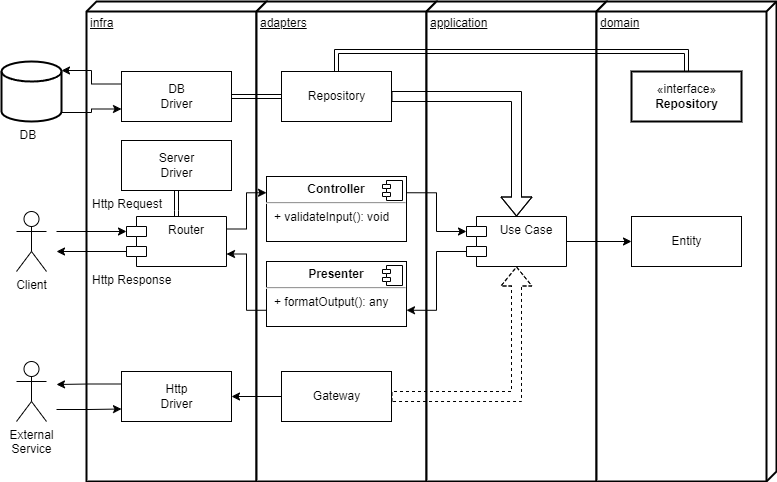
Above: docs/clean-arch.png in deaobruno/clean-arch-ts (draw.io), before the change. Source tidied: cells renumbered, new cells last; positions are measured from the earlier drawing's top-left corner, leaving out a move shared by most shapes.
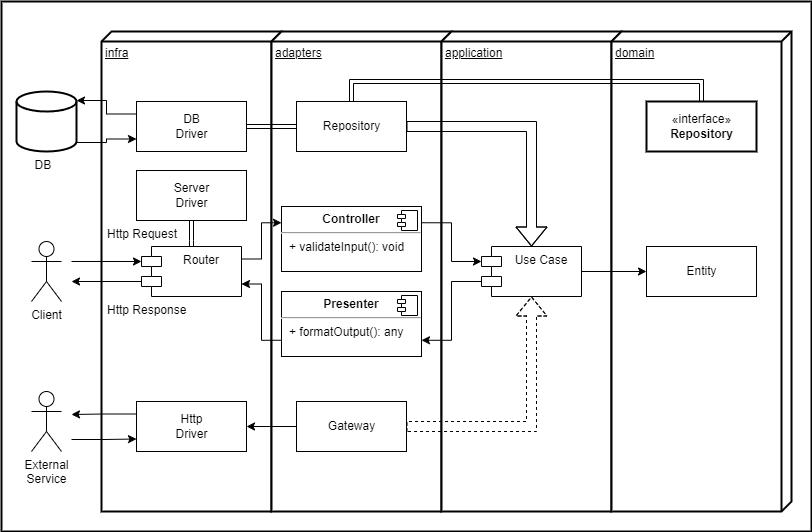
After the change.

Change to the diagram source:
```diff
@@ -2,6 +2,9 @@
   <root>
     <mxCell id="0" />
     <mxCell id="1" parent="0" />
+    <mxCell id="44" value="Object" style="html=1;strokeColor=default;strokeWidth=2;fillColor=default;" parent="1" vertex="1">
+      <mxGeometry x="-15" y="-30" width="810" height="530" as="geometry" />
+    </mxCell>
     <mxCell id="2" style="group;fillColor=none;strokeColor=none;strokeWidth=1;" parent="1" vertex="1">
       <mxGeometry x="85" width="690" height="480" as="geometry" />
     </mxCell>
```
